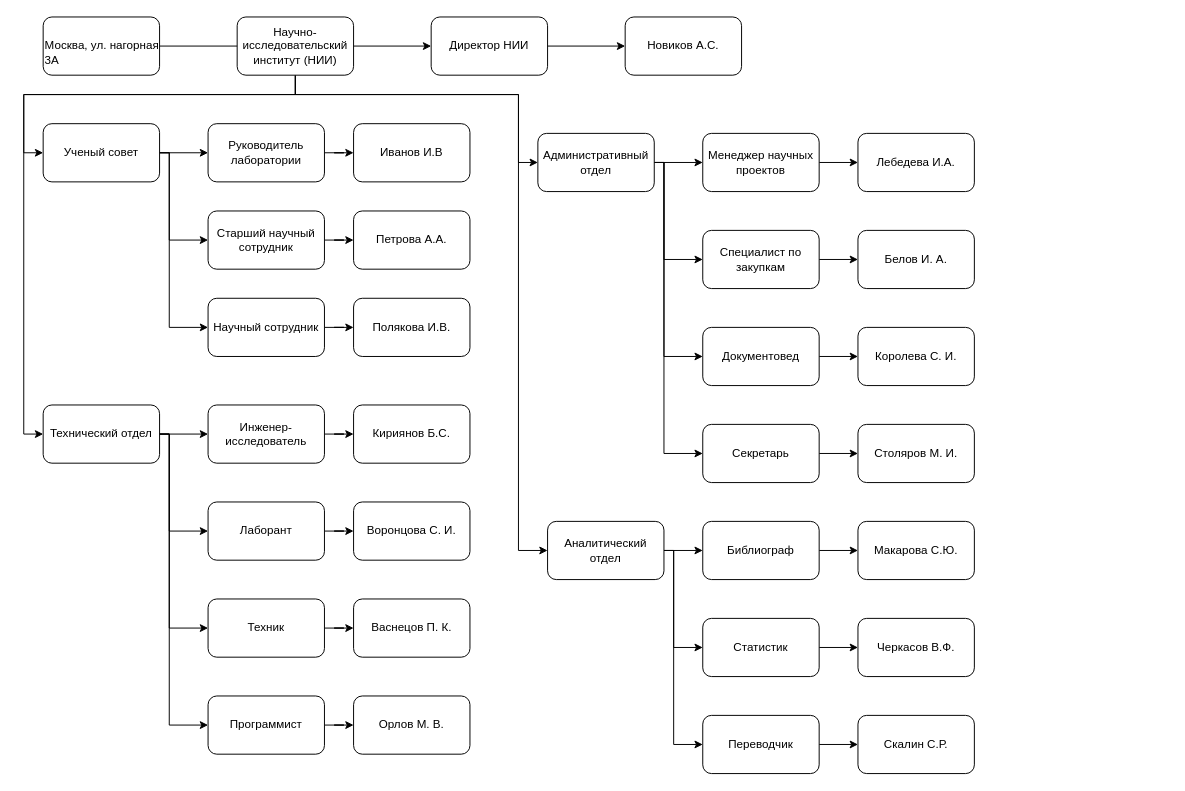
The draw.io diagram МБП_17.drawio in mopsin666/AKMS, before the edit. Source tidied: cells renumbered, new cells numbered last; positions are measured from the earlier drawing's top-left corner, leaving out a move shared by most shapes. Both pictures are drawn from the tidied source at 97%, with x=0, y=0 at pixel (23, 16).
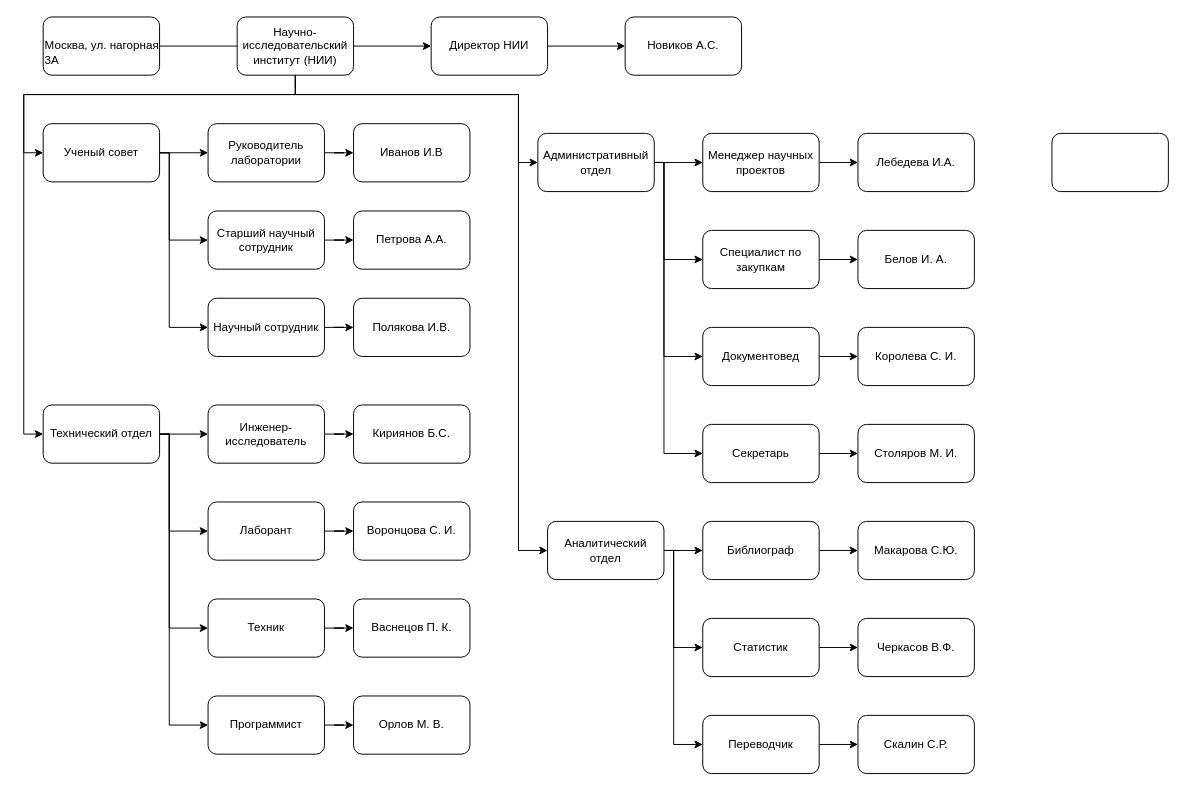
The same page after the edit.

What changed in the source:
```diff
@@
+    <mxCell id="73" style="rounded=1;whiteSpace=wrap;html=1;" parent="1" vertex="1">
+      <mxGeometry x="1060" y="120" width="120" height="60" as="geometry" />
+    </mxCell>
```
